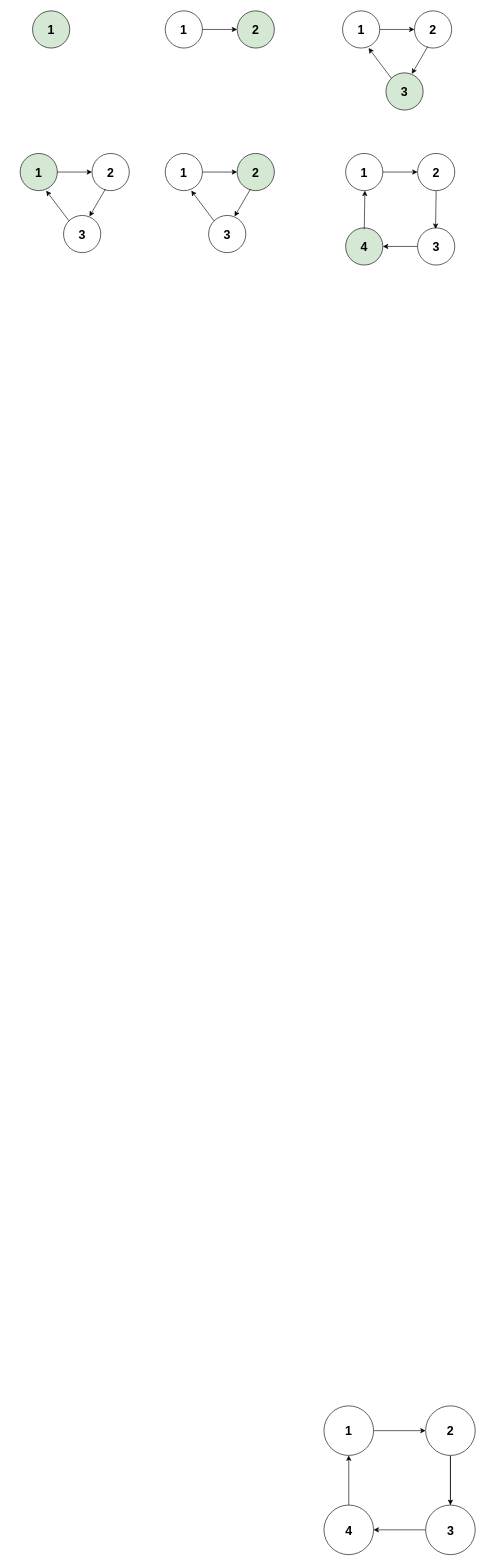
The draw.io diagram R3_T04_01_Graf_Proba.drawio in draganilicnis/R3_T01_03_Faktorizacija_TLE_Proizvodi_potpuni_kvadrati, before the edit. Source tidied: cells renumbered, new cells numbered last; positions are measured from the earlier drawing's top-left corner, leaving out a move shared by most shapes. Both pictures are drawn from the tidied source at 62%, with x=0, y=0 at pixel (20, 11).
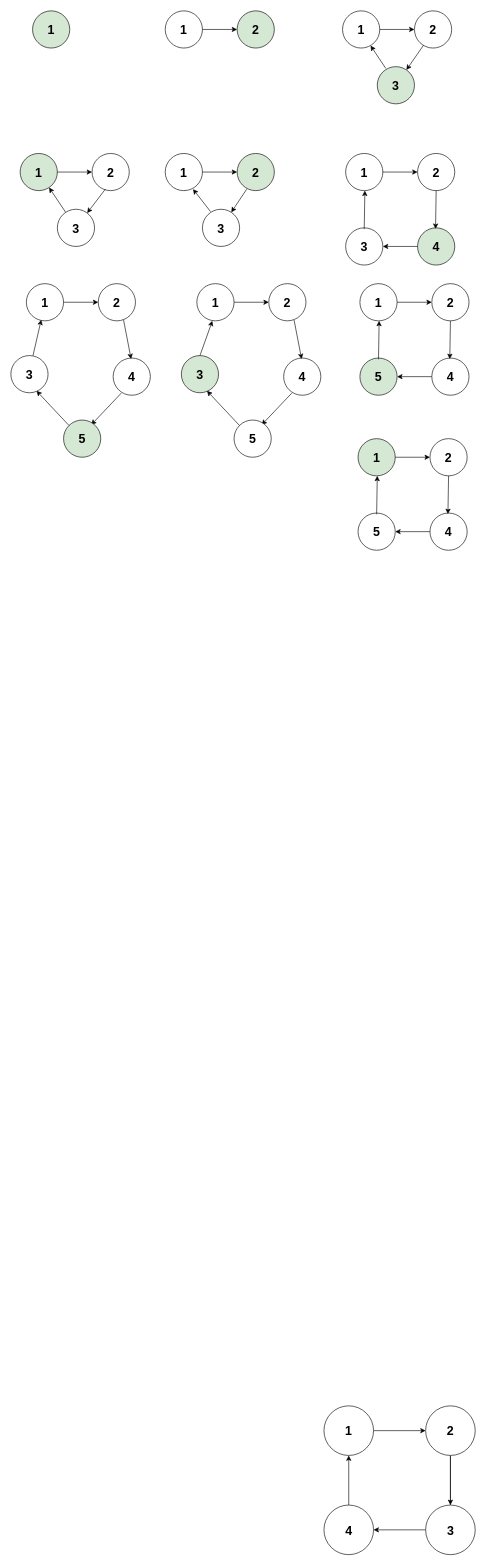
After the change.

Unchanged cells that the change refers to:
```xml
<mxCell id="22" style="ellipse;whiteSpace=wrap;html=1;" parent="1" vertex="1">
  <mxGeometry x="520" width="60" height="60" as="geometry" />
</mxCell>
<mxCell id="24" style="ellipse;whiteSpace=wrap;html=1;fillColor=#FFFFFF;" parent="1" vertex="1">
  <mxGeometry x="636" width="60" height="60" as="geometry" />
</mxCell>
<mxCell id="31" style="ellipse;whiteSpace=wrap;html=1;fillColor=#D5E8D4;" parent="1" vertex="1">
  <mxGeometry y="230" width="60" height="60" as="geometry" />
</mxCell>
<mxCell id="33" style="ellipse;whiteSpace=wrap;html=1;fillColor=#FFFFFF;" parent="1" vertex="1">
  <mxGeometry x="116" y="230" width="60" height="60" as="geometry" />
</mxCell>
<mxCell id="40" style="ellipse;whiteSpace=wrap;html=1;fillColor=#FFFFFF;" parent="1" vertex="1">
  <mxGeometry x="234" y="230" width="60" height="60" as="geometry" />
</mxCell>
<mxCell id="42" style="ellipse;whiteSpace=wrap;html=1;fillColor=#D5E8D4;" parent="1" vertex="1">
  <mxGeometry x="350" y="230" width="60" height="60" as="geometry" />
</mxCell>
```

Change to the diagram source:
```diff
@@
     <mxCell id="27" style="ellipse;whiteSpace=wrap;html=1;fillColor=#D5E8D4;" parent="1" vertex="1">
-      <mxGeometry x="590" y="100" width="60" height="60" as="geometry" />
+      <mxGeometry x="576" y="90" width="60" height="60" as="geometry" />
     </mxCell>
     <mxCell id="28" value="3" style="text;strokeColor=none;align=center;fillColor=none;html=1;verticalAlign=middle;whiteSpace=wrap;rounded=0;fontStyle=1;fontSize=20;" parent="1" vertex="1">
-      <mxGeometry x="590" y="117.5" width="60" height="25" as="geometry" />
+      <mxGeometry x="576" y="107.5" width="60" height="25" as="geometry" />
     </mxCell>
-    <mxCell id="29" style="rounded=0;jettySize=auto;html=1;exitX=0.357;exitY=0.96;exitDx=0;exitDy=0;entryX=0.697;entryY=0.027;entryDx=0;entryDy=0;exitPerimeter=0;entryPerimeter=0;" parent="1" edge="1" source="24" target="27">
+    <mxCell id="29" style="rounded=0;jettySize=auto;html=1;exitX=0.242;exitY=0.926;exitDx=0;exitDy=0;exitPerimeter=0;" parent="1" edge="1" source="24" target="27">
       <mxGeometry relative="1" as="geometry" />
     </mxCell>
-    <mxCell id="30" style="rounded=0;jettySize=auto;html=1;exitX=0;exitY=0;exitDx=0;exitDy=0;" parent="1" edge="1" source="27">
-      <mxGeometry relative="1" as="geometry">
-        <mxPoint x="562" y="60" as="targetPoint" />
-      </mxGeometry>
+    <mxCell id="30" style="rounded=0;jettySize=auto;html=1;exitX=0.229;exitY=0.048;exitDx=0;exitDy=0;exitPerimeter=0;entryX=0.753;entryY=0.934;entryDx=0;entryDy=0;entryPerimeter=0;" parent="1" edge="1" source="27" target="22">
+      <mxGeometry relative="1" as="geometry" />
     </mxCell>
@@
     <mxCell id="36" style="ellipse;whiteSpace=wrap;html=1;fillColor=#FFFFFF;" parent="1" vertex="1">
-      <mxGeometry x="70" y="330" width="60" height="60" as="geometry" />
+      <mxGeometry x="60" y="320" width="60" height="60" as="geometry" />
     </mxCell>
     <mxCell id="37" value="3" style="text;strokeColor=none;align=center;fillColor=none;html=1;verticalAlign=middle;whiteSpace=wrap;rounded=0;fontStyle=1;fontSize=20;" parent="1" vertex="1">
-      <mxGeometry x="70" y="347.5" width="60" height="25" as="geometry" />
+      <mxGeometry x="60" y="337.5" width="60" height="25" as="geometry" />
     </mxCell>
-    <mxCell id="38" style="rounded=0;jettySize=auto;html=1;exitX=0.357;exitY=0.96;exitDx=0;exitDy=0;entryX=0.697;entryY=0.027;entryDx=0;entryDy=0;exitPerimeter=0;entryPerimeter=0;" parent="1" edge="1" source="33" target="36">
+    <mxCell id="38" style="rounded=0;jettySize=auto;html=1;exitX=0.357;exitY=0.96;exitDx=0;exitDy=0;exitPerimeter=0;" parent="1" edge="1" source="33" target="36">
       <mxGeometry relative="1" as="geometry" />
     </mxCell>
-    <mxCell id="39" style="rounded=0;jettySize=auto;html=1;exitX=0;exitY=0;exitDx=0;exitDy=0;" parent="1" edge="1" source="36">
-      <mxGeometry relative="1" as="geometry">
-        <mxPoint x="42" y="290" as="targetPoint" />
-      </mxGeometry>
+    <mxCell id="39" style="rounded=0;jettySize=auto;html=1;" parent="1" edge="1" source="36" target="31">
+      <mxGeometry relative="1" as="geometry" />
     </mxCell>
@@
     <mxCell id="45" style="ellipse;whiteSpace=wrap;html=1;fillColor=#FFFFFF;" parent="1" vertex="1">
-      <mxGeometry x="304" y="330" width="60" height="60" as="geometry" />
+      <mxGeometry x="294" y="320" width="60" height="60" as="geometry" />
     </mxCell>
     <mxCell id="46" value="3" style="text;strokeColor=none;align=center;fillColor=none;html=1;verticalAlign=middle;whiteSpace=wrap;rounded=0;fontStyle=1;fontSize=20;" parent="1" vertex="1">
-      <mxGeometry x="304" y="347.5" width="60" height="25" as="geometry" />
+      <mxGeometry x="294" y="337.5" width="60" height="25" as="geometry" />
     </mxCell>
-    <mxCell id="47" style="rounded=0;jettySize=auto;html=1;exitX=0.357;exitY=0.96;exitDx=0;exitDy=0;entryX=0.697;entryY=0.027;entryDx=0;entryDy=0;exitPerimeter=0;entryPerimeter=0;" parent="1" edge="1" source="42" target="45">
-      <mxGeometry relative="1" as="geometry" />
+    <mxCell id="47" style="rounded=0;jettySize=auto;html=1;exitX=0.357;exitY=0.96;exitDx=0;exitDy=0;exitPerimeter=0;" parent="1" edge="1" target="45">
+      <mxGeometry relative="1" as="geometry">
+        <mxPoint x="365.4" y="287.6" as="sourcePoint" />
+      </mxGeometry>
     </mxCell>
-    <mxCell id="48" style="rounded=0;jettySize=auto;html=1;exitX=0;exitY=0;exitDx=0;exitDy=0;" parent="1" edge="1" source="45">
-      <mxGeometry relative="1" as="geometry">
-        <mxPoint x="276" y="290" as="targetPoint" />
-      </mxGeometry>
+    <mxCell id="48" style="rounded=0;jettySize=auto;html=1;exitX=0.218;exitY=0.063;exitDx=0;exitDy=0;exitPerimeter=0;entryX=0.747;entryY=0.959;entryDx=0;entryDy=0;entryPerimeter=0;" parent="1" edge="1" source="45" target="40">
+      <mxGeometry relative="1" as="geometry" />
     </mxCell>
@@
-    <mxCell id="54" style="ellipse;whiteSpace=wrap;html=1;fillColor=#FFFFFF;" parent="1" vertex="1">
+    <mxCell id="54" style="ellipse;whiteSpace=wrap;html=1;fillColor=#D5E8D4;" parent="1" vertex="1">
       <mxGeometry x="641" y="350" width="60" height="60" as="geometry" />
     </mxCell>
-    <mxCell id="55" value="3" style="text;strokeColor=none;align=center;fillColor=none;html=1;verticalAlign=middle;whiteSpace=wrap;rounded=0;fontStyle=1;fontSize=20;" parent="1" vertex="1">
+    <mxCell id="55" value="4" style="text;strokeColor=none;align=center;fillColor=none;html=1;verticalAlign=middle;whiteSpace=wrap;rounded=0;fontStyle=1;fontSize=20;" parent="1" vertex="1">
       <mxGeometry x="641" y="367.5" width="60" height="25" as="geometry" />
     </mxCell>
@@
-    <mxCell id="57" style="rounded=0;jettySize=auto;html=1;exitX=0;exitY=0.5;exitDx=0;exitDy=0;entryX=1;entryY=0.5;entryDx=0;entryDy=0;" parent="1" edge="1" source="55" target="59">
-      <mxGeometry relative="1" as="geometry" />
+    <mxCell id="57" style="rounded=0;jettySize=auto;html=1;exitX=0;exitY=0.5;exitDx=0;exitDy=0;entryX=1;entryY=0.5;entryDx=0;entryDy=0;" parent="1" edge="1" source="55">
+      <mxGeometry relative="1" as="geometry">
+        <mxPoint x="585" y="380" as="targetPoint" />
+      </mxGeometry>
     </mxCell>
-    <mxCell id="58" style="ellipse;whiteSpace=wrap;html=1;fillColor=#D5E8D4;" parent="1" vertex="1">
+    <mxCell id="58" style="ellipse;whiteSpace=wrap;html=1;fillColor=#FFFFFF;" parent="1" vertex="1">
       <mxGeometry x="525" y="350" width="60" height="60" as="geometry" />
     </mxCell>
-    <mxCell id="59" value="4" style="text;strokeColor=none;align=center;fillColor=none;html=1;verticalAlign=middle;whiteSpace=wrap;rounded=0;fontStyle=1;fontSize=20;" parent="1" vertex="1">
-      <mxGeometry x="525" y="367.5" width="60" height="25" as="geometry" />
-    </mxCell>
@@
+    <mxCell id="61" style="ellipse;whiteSpace=wrap;html=1;fillColor=#FFFFFF;" parent="1" vertex="1">
+      <mxGeometry x="10" y="440" width="60" height="60" as="geometry" />
+    </mxCell>
+    <mxCell id="62" value="1" style="text;strokeColor=none;align=center;fillColor=none;html=1;verticalAlign=middle;whiteSpace=wrap;rounded=0;fontStyle=1;fontSize=20;" parent="1" vertex="1">
+      <mxGeometry x="10" y="457.5" width="60" height="25" as="geometry" />
+    </mxCell>
+    <mxCell id="63" style="ellipse;whiteSpace=wrap;html=1;fillColor=#FFFFFF;" parent="1" vertex="1">
+      <mxGeometry x="126" y="440" width="60" height="60" as="geometry" />
+    </mxCell>
+    <mxCell id="64" value="2" style="text;strokeColor=none;align=center;fillColor=none;html=1;verticalAlign=middle;whiteSpace=wrap;rounded=0;fontStyle=1;fontSize=20;" parent="1" vertex="1">
+      <mxGeometry x="126" y="457.5" width="60" height="25" as="geometry" />
+    </mxCell>
+    <mxCell id="65" style="rounded=0;jettySize=auto;html=1;exitX=1;exitY=0.5;exitDx=0;exitDy=0;entryX=0;entryY=0.5;entryDx=0;entryDy=0;" parent="1" edge="1" source="62" target="64">
+      <mxGeometry relative="1" as="geometry" />
+    </mxCell>
+    <mxCell id="66" style="ellipse;whiteSpace=wrap;html=1;fillColor=#FFFFFF;" parent="1" vertex="1">
+      <mxGeometry x="150" y="560" width="60" height="60" as="geometry" />
+    </mxCell>
+    <mxCell id="67" value="4" style="text;strokeColor=none;align=center;fillColor=none;html=1;verticalAlign=middle;whiteSpace=wrap;rounded=0;fontStyle=1;fontSize=20;" parent="1" vertex="1">
+      <mxGeometry x="150" y="577.5" width="60" height="25" as="geometry" />
+    </mxCell>
+    <mxCell id="68" style="rounded=0;jettySize=auto;html=1;exitX=0.68;exitY=0.979;exitDx=0;exitDy=0;entryX=0.483;entryY=0.027;entryDx=0;entryDy=0;entryPerimeter=0;exitPerimeter=0;" parent="1" edge="1" source="63" target="66">
+      <mxGeometry relative="1" as="geometry" />
+    </mxCell>
+    <mxCell id="69" style="rounded=0;jettySize=auto;html=1;exitX=0.218;exitY=0.943;exitDx=0;exitDy=0;entryX=0.742;entryY=0.13;entryDx=0;entryDy=0;entryPerimeter=0;exitPerimeter=0;" parent="1" edge="1" source="66" target="74">
+      <mxGeometry relative="1" as="geometry" />
+    </mxCell>
+    <mxCell id="70" style="rounded=0;jettySize=auto;html=1;entryX=0.4;entryY=0.97;entryDx=0;entryDy=0;entryPerimeter=0;exitX=0.594;exitY=0.006;exitDx=0;exitDy=0;exitPerimeter=0;" parent="1" edge="1" source="72" target="61">
+      <mxGeometry relative="1" as="geometry" />
+    </mxCell>
+    <mxCell id="71" value="3" style="text;strokeColor=none;align=center;fillColor=none;html=1;verticalAlign=middle;whiteSpace=wrap;rounded=0;fontStyle=1;fontSize=20;" parent="1" vertex="1">
+      <mxGeometry x="525" y="367.5" width="60" height="25" as="geometry" />
+    </mxCell>
+    <mxCell id="72" style="ellipse;whiteSpace=wrap;html=1;fillColor=#FFFFFF;" parent="1" vertex="1">
+      <mxGeometry x="-15" y="556" width="60" height="60" as="geometry" />
+    </mxCell>
+    <mxCell id="73" value="3" style="text;strokeColor=none;align=center;fillColor=none;html=1;verticalAlign=middle;whiteSpace=wrap;rounded=0;fontStyle=1;fontSize=20;" parent="1" vertex="1">
+      <mxGeometry x="-15" y="573.5" width="60" height="25" as="geometry" />
+    </mxCell>
+    <mxCell id="74" style="ellipse;whiteSpace=wrap;html=1;fillColor=#D5E8D4;" parent="1" vertex="1">
+      <mxGeometry x="70" y="660" width="60" height="60" as="geometry" />
+    </mxCell>
+    <mxCell id="75" value="5" style="text;strokeColor=none;align=center;fillColor=none;html=1;verticalAlign=middle;whiteSpace=wrap;rounded=0;fontStyle=1;fontSize=20;" parent="1" vertex="1">
+      <mxGeometry x="70" y="677.5" width="60" height="25" as="geometry" />
+    </mxCell>
+    <mxCell id="76" style="rounded=0;jettySize=auto;html=1;exitX=0;exitY=0;exitDx=0;exitDy=0;entryX=0.689;entryY=0.948;entryDx=0;entryDy=0;entryPerimeter=0;" parent="1" edge="1" source="74" target="72">
+      <mxGeometry relative="1" as="geometry" />
+    </mxCell>
+    <mxCell id="77" style="ellipse;whiteSpace=wrap;html=1;fillColor=#FFFFFF;" parent="1" vertex="1">
+      <mxGeometry x="285" y="440" width="60" height="60" as="geometry" />
+    </mxCell>
+    <mxCell id="78" value="1" style="text;strokeColor=none;align=center;fillColor=none;html=1;verticalAlign=middle;whiteSpace=wrap;rounded=0;fontStyle=1;fontSize=20;" parent="1" vertex="1">
+      <mxGeometry x="285" y="457.5" width="60" height="25" as="geometry" />
+    </mxCell>
+    <mxCell id="79" style="ellipse;whiteSpace=wrap;html=1;fillColor=#FFFFFF;" parent="1" vertex="1">
+      <mxGeometry x="401" y="440" width="60" height="60" as="geometry" />
+    </mxCell>
+    <mxCell id="80" value="2" style="text;strokeColor=none;align=center;fillColor=none;html=1;verticalAlign=middle;whiteSpace=wrap;rounded=0;fontStyle=1;fontSize=20;" parent="1" vertex="1">
+      <mxGeometry x="401" y="457.5" width="60" height="25" as="geometry" />
+    </mxCell>
+    <mxCell id="81" style="rounded=0;jettySize=auto;html=1;exitX=1;exitY=0.5;exitDx=0;exitDy=0;entryX=0;entryY=0.5;entryDx=0;entryDy=0;" parent="1" edge="1" source="78" target="80">
+      <mxGeometry relative="1" as="geometry" />
+    </mxCell>
+    <mxCell id="82" style="ellipse;whiteSpace=wrap;html=1;fillColor=#FFFFFF;" parent="1" vertex="1">
+      <mxGeometry x="425" y="560" width="60" height="60" as="geometry" />
+    </mxCell>
+    <mxCell id="83" value="4" style="text;strokeColor=none;align=center;fillColor=none;html=1;verticalAlign=middle;whiteSpace=wrap;rounded=0;fontStyle=1;fontSize=20;" parent="1" vertex="1">
+      <mxGeometry x="425" y="577.5" width="60" height="25" as="geometry" />
+    </mxCell>
+    <mxCell id="84" style="rounded=0;jettySize=auto;html=1;exitX=0.68;exitY=0.979;exitDx=0;exitDy=0;entryX=0.483;entryY=0.027;entryDx=0;entryDy=0;entryPerimeter=0;exitPerimeter=0;" parent="1" edge="1" source="79" target="82">
+      <mxGeometry relative="1" as="geometry" />
+    </mxCell>
+    <mxCell id="85" style="rounded=0;jettySize=auto;html=1;exitX=0.218;exitY=0.943;exitDx=0;exitDy=0;entryX=0.742;entryY=0.13;entryDx=0;entryDy=0;entryPerimeter=0;exitPerimeter=0;" parent="1" edge="1" source="82" target="89">
+      <mxGeometry relative="1" as="geometry" />
+    </mxCell>
+    <mxCell id="86" style="rounded=0;jettySize=auto;html=1;exitX=0.5;exitY=0;exitDx=0;exitDy=0;" parent="1" edge="1" source="87">
+      <mxGeometry relative="1" as="geometry">
+        <mxPoint x="310" y="500" as="targetPoint" />
+      </mxGeometry>
+    </mxCell>
+    <mxCell id="87" style="ellipse;whiteSpace=wrap;html=1;fillColor=#D5E8D4;" parent="1" vertex="1">
+      <mxGeometry x="260" y="556" width="60" height="60" as="geometry" />
+    </mxCell>
+    <mxCell id="88" value="3" style="text;strokeColor=none;align=center;fillColor=none;html=1;verticalAlign=middle;whiteSpace=wrap;rounded=0;fontStyle=1;fontSize=20;" parent="1" vertex="1">
+      <mxGeometry x="260" y="573.5" width="60" height="25" as="geometry" />
+    </mxCell>
+    <mxCell id="89" style="ellipse;whiteSpace=wrap;html=1;fillColor=#FFFFFF;" parent="1" vertex="1">
+      <mxGeometry x="345" y="660" width="60" height="60" as="geometry" />
+    </mxCell>
+    <mxCell id="90" value="5" style="text;strokeColor=none;align=center;fillColor=none;html=1;verticalAlign=middle;whiteSpace=wrap;rounded=0;fontStyle=1;fontSize=20;" parent="1" vertex="1">
+      <mxGeometry x="345" y="677.5" width="60" height="25" as="geometry" />
+    </mxCell>
+    <mxCell id="91" style="rounded=0;jettySize=auto;html=1;exitX=0;exitY=0;exitDx=0;exitDy=0;entryX=0.689;entryY=0.948;entryDx=0;entryDy=0;entryPerimeter=0;" parent="1" edge="1" source="89" target="87">
+      <mxGeometry relative="1" as="geometry" />
+    </mxCell>
+    <mxCell id="92" style="ellipse;whiteSpace=wrap;html=1;fillColor=#FFFFFF;" parent="1" vertex="1">
+      <mxGeometry x="548" y="440" width="60" height="60" as="geometry" />
+    </mxCell>
+    <mxCell id="93" value="1" style="text;strokeColor=none;align=center;fillColor=none;html=1;verticalAlign=middle;whiteSpace=wrap;rounded=0;fontStyle=1;fontSize=20;" parent="1" vertex="1">
+      <mxGeometry x="548" y="457.5" width="60" height="25" as="geometry" />
+    </mxCell>
+    <mxCell id="94" style="ellipse;whiteSpace=wrap;html=1;fillColor=#FFFFFF;" parent="1" vertex="1">
+      <mxGeometry x="664" y="440" width="60" height="60" as="geometry" />
+    </mxCell>
+    <mxCell id="95" value="2" style="text;strokeColor=none;align=center;fillColor=none;html=1;verticalAlign=middle;whiteSpace=wrap;rounded=0;fontStyle=1;fontSize=20;" parent="1" vertex="1">
+      <mxGeometry x="664" y="457.5" width="60" height="25" as="geometry" />
+    </mxCell>
+    <mxCell id="96" style="rounded=0;jettySize=auto;html=1;exitX=1;exitY=0.5;exitDx=0;exitDy=0;entryX=0;entryY=0.5;entryDx=0;entryDy=0;" parent="1" edge="1" source="93" target="95">
+      <mxGeometry relative="1" as="geometry" />
+    </mxCell>
+    <mxCell id="97" style="ellipse;whiteSpace=wrap;html=1;fillColor=#FFFFFF;" parent="1" vertex="1">
+      <mxGeometry x="664" y="560" width="60" height="60" as="geometry" />
+    </mxCell>
+    <mxCell id="98" value="4" style="text;strokeColor=none;align=center;fillColor=none;html=1;verticalAlign=middle;whiteSpace=wrap;rounded=0;fontStyle=1;fontSize=20;" parent="1" vertex="1">
+      <mxGeometry x="664" y="577.5" width="60" height="25" as="geometry" />
+    </mxCell>
+    <mxCell id="99" style="rounded=0;jettySize=auto;html=1;exitX=0.5;exitY=1;exitDx=0;exitDy=0;entryX=0.483;entryY=0.027;entryDx=0;entryDy=0;entryPerimeter=0;" parent="1" edge="1" source="94" target="97">
+      <mxGeometry relative="1" as="geometry" />
+    </mxCell>
+    <mxCell id="100" style="rounded=0;jettySize=auto;html=1;exitX=0;exitY=0.5;exitDx=0;exitDy=0;entryX=1;entryY=0.5;entryDx=0;entryDy=0;" parent="1" edge="1" source="98">
+      <mxGeometry relative="1" as="geometry">
+        <mxPoint x="608" y="590" as="targetPoint" />
+      </mxGeometry>
+    </mxCell>
+    <mxCell id="101" style="ellipse;whiteSpace=wrap;html=1;fillColor=#D5E8D4;" parent="1" vertex="1">
+      <mxGeometry x="548" y="560" width="60" height="60" as="geometry" />
+    </mxCell>
+    <mxCell id="102" style="rounded=0;orthogonalLoop=1;jettySize=auto;html=1;exitX=0.5;exitY=1;exitDx=0;exitDy=0;entryX=0.483;entryY=0.027;entryDx=0;entryDy=0;entryPerimeter=0;" parent="1" edge="1">
+      <mxGeometry relative="1" as="geometry">
+        <mxPoint x="578" y="562" as="sourcePoint" />
+        <mxPoint x="579" y="500" as="targetPoint" />
+      </mxGeometry>
+    </mxCell>
+    <mxCell id="103" value="5" style="text;strokeColor=none;align=center;fillColor=none;html=1;verticalAlign=middle;whiteSpace=wrap;rounded=0;fontStyle=1;fontSize=20;" parent="1" vertex="1">
+      <mxGeometry x="548" y="577.5" width="60" height="25" as="geometry" />
+    </mxCell>
+    <mxCell id="104" style="ellipse;whiteSpace=wrap;html=1;fillColor=#D5E8D4;" parent="1" vertex="1">
+      <mxGeometry x="545" y="690" width="60" height="60" as="geometry" />
+    </mxCell>
+    <mxCell id="105" value="1" style="text;strokeColor=none;align=center;fillColor=none;html=1;verticalAlign=middle;whiteSpace=wrap;rounded=0;fontStyle=1;fontSize=20;" parent="1" vertex="1">
+      <mxGeometry x="545" y="707.5" width="60" height="25" as="geometry" />
+    </mxCell>
+    <mxCell id="106" style="ellipse;whiteSpace=wrap;html=1;fillColor=#FFFFFF;" parent="1" vertex="1">
+      <mxGeometry x="661" y="690" width="60" height="60" as="geometry" />
+    </mxCell>
+    <mxCell id="107" value="2" style="text;strokeColor=none;align=center;fillColor=none;html=1;verticalAlign=middle;whiteSpace=wrap;rounded=0;fontStyle=1;fontSize=20;" parent="1" vertex="1">
+      <mxGeometry x="661" y="707.5" width="60" height="25" as="geometry" />
+    </mxCell>
+    <mxCell id="108" style="rounded=0;jettySize=auto;html=1;exitX=1;exitY=0.5;exitDx=0;exitDy=0;entryX=0;entryY=0.5;entryDx=0;entryDy=0;" parent="1" edge="1" source="105" target="107">
+      <mxGeometry relative="1" as="geometry" />
+    </mxCell>
+    <mxCell id="109" style="ellipse;whiteSpace=wrap;html=1;fillColor=#FFFFFF;" parent="1" vertex="1">
+      <mxGeometry x="661" y="810" width="60" height="60" as="geometry" />
+    </mxCell>
+    <mxCell id="110" value="4" style="text;strokeColor=none;align=center;fillColor=none;html=1;verticalAlign=middle;whiteSpace=wrap;rounded=0;fontStyle=1;fontSize=20;" parent="1" vertex="1">
+      <mxGeometry x="661" y="827.5" width="60" height="25" as="geometry" />
+    </mxCell>
+    <mxCell id="111" style="rounded=0;jettySize=auto;html=1;exitX=0.5;exitY=1;exitDx=0;exitDy=0;entryX=0.483;entryY=0.027;entryDx=0;entryDy=0;entryPerimeter=0;" parent="1" edge="1" source="106" target="109">
+      <mxGeometry relative="1" as="geometry" />
+    </mxCell>
+    <mxCell id="112" style="rounded=0;jettySize=auto;html=1;exitX=0;exitY=0.5;exitDx=0;exitDy=0;entryX=1;entryY=0.5;entryDx=0;entryDy=0;" parent="1" edge="1" source="110">
+      <mxGeometry relative="1" as="geometry">
+        <mxPoint x="605" y="840" as="targetPoint" />
+      </mxGeometry>
+    </mxCell>
+    <mxCell id="113" style="ellipse;whiteSpace=wrap;html=1;fillColor=#FFFFFF;" parent="1" vertex="1">
+      <mxGeometry x="545" y="810" width="60" height="60" as="geometry" />
+    </mxCell>
+    <mxCell id="114" style="rounded=0;orthogonalLoop=1;jettySize=auto;html=1;exitX=0.5;exitY=1;exitDx=0;exitDy=0;entryX=0.483;entryY=0.027;entryDx=0;entryDy=0;entryPerimeter=0;" parent="1" edge="1">
+      <mxGeometry relative="1" as="geometry">
+        <mxPoint x="575" y="812" as="sourcePoint" />
+        <mxPoint x="576" y="750" as="targetPoint" />
+      </mxGeometry>
+    </mxCell>
+    <mxCell id="115" value="5" style="text;strokeColor=none;align=center;fillColor=none;html=1;verticalAlign=middle;whiteSpace=wrap;rounded=0;fontStyle=1;fontSize=20;" parent="1" vertex="1">
+      <mxGeometry x="545" y="827.5" width="60" height="25" as="geometry" />
+    </mxCell>
```
